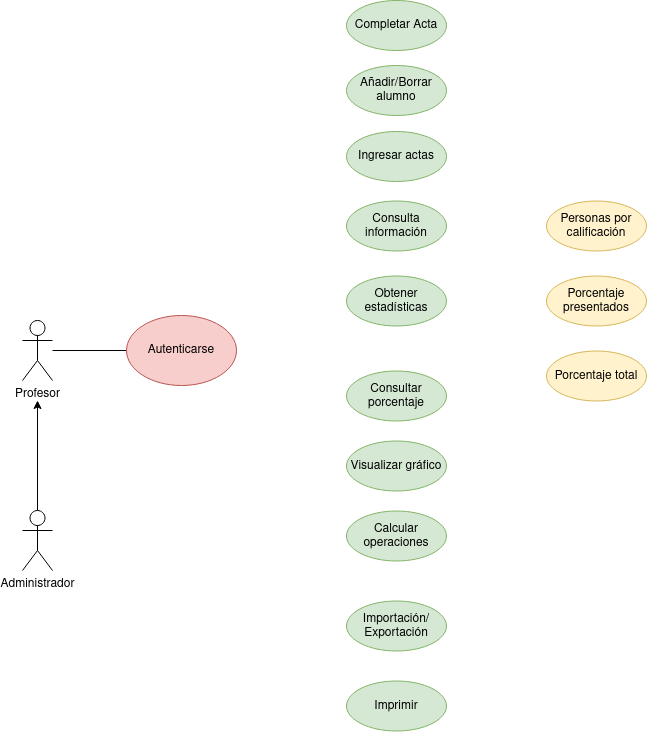
Above: Tareas/casosUso/Tarea6-Gestión Profesores/img/GestionProfesores.drawio.png in colidom/ets (draw.io), before the change. Source tidied: cells renumbered, new cells last; positions are measured from the earlier drawing's top-left corner, leaving out a move shared by most shapes.
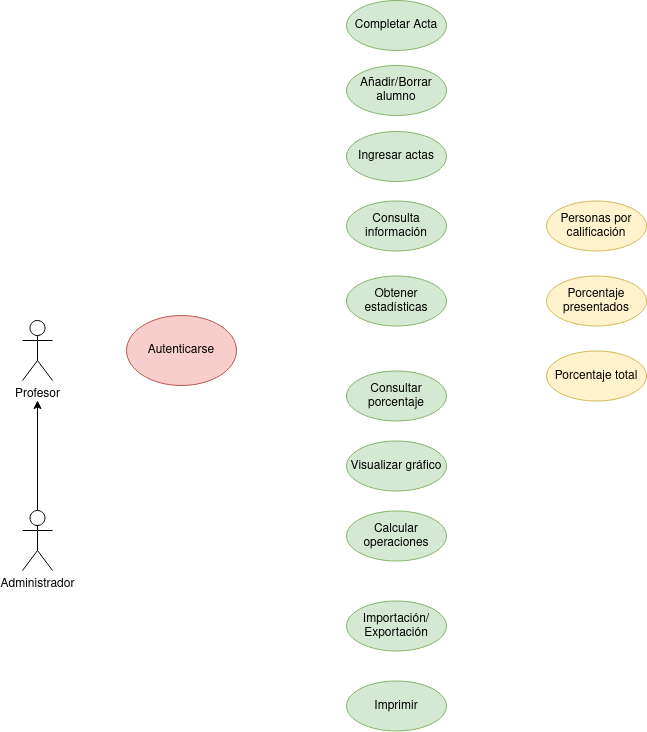
The same file after the commit.

The edit, as a diff of the source:
```diff
@@ -22,9 +22,6 @@
     <mxCell id="7" value="Ingresar actas" style="ellipse;whiteSpace=wrap;html=1;fillColor=#d5e8d4;strokeColor=#82b366;" parent="1" vertex="1">
       <mxGeometry x="324" y="131" width="100" height="50" as="geometry" />
     </mxCell>
-    <mxCell id="8" style="edgeStyle=orthogonalEdgeStyle;rounded=0;jettySize=auto;html=1;endArrow=none;endFill=0;" parent="1" edge="1" source="9" target="2">
-      <mxGeometry relative="1" as="geometry" />
-    </mxCell>
     <mxCell id="9" value="Autenticarse" style="ellipse;whiteSpace=wrap;html=1;fillColor=#f8cecc;strokeColor=#b85450;" parent="1" vertex="1">
       <mxGeometry x="104" y="315" width="110" height="70" as="geometry" />
     </mxCell>
```
